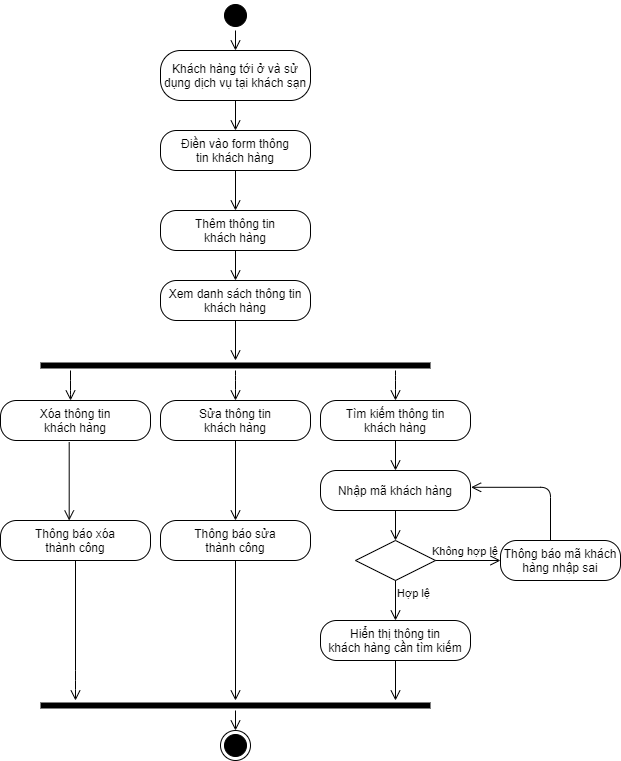
KNhaa/DoAnCNPM keeps this draw.io diagram as Phan_Tich_Thiet_Ke/Diagram/Activity_Diagram/Activity_Diagram_QuanLyKhachHang.png. Above is the earlier version. Source tidied: cells renumbered, new cells last; positions are measured from the earlier drawing's top-left corner, leaving out a move shared by most shapes.
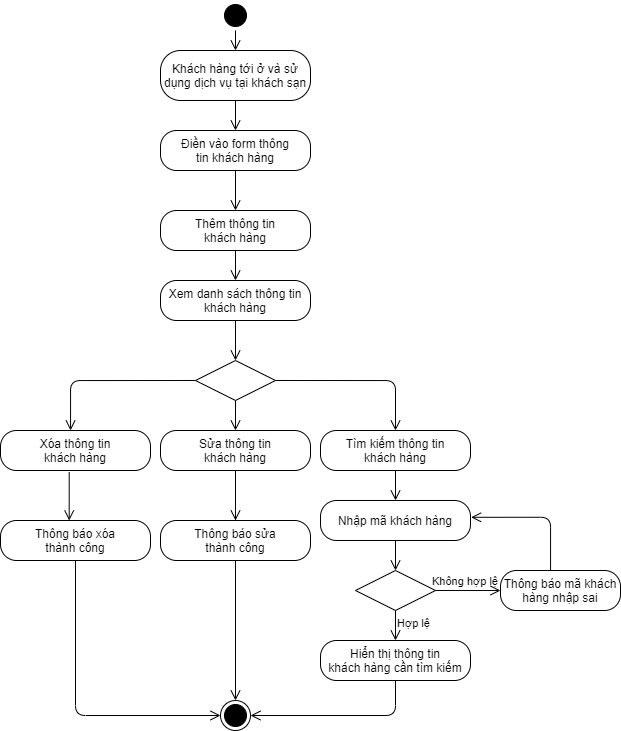
The same file after the commit.

Diff of the diagram source:
```diff
@@ -23,15 +23,13 @@
     <mxCell id="8" value="Xem danh sách thông tin khách hàng" style="rounded=1;whiteSpace=wrap;html=1;arcSize=40;" parent="1" vertex="1">
       <mxGeometry x="160" y="280" width="150" height="40" as="geometry" />
     </mxCell>
-    <mxCell id="9" style="edgeStyle=orthogonalEdgeStyle;html=1;verticalAlign=bottom;endArrow=open;endSize=8;" parent="1" edge="1" source="8" target="10">
-      <mxGeometry relative="1" as="geometry" />
+    <mxCell id="9" style="edgeStyle=orthogonalEdgeStyle;html=1;verticalAlign=bottom;endArrow=open;endSize=8;" parent="1" edge="1" source="8">
+      <mxGeometry relative="1" as="geometry">
+        <mxPoint x="235" y="360" as="targetPoint" />
+      </mxGeometry>
     </mxCell>
-    <mxCell id="10" style="shape=line;html=1;strokeWidth=6;" parent="1" vertex="1">
-      <mxGeometry x="40" y="360" width="390" height="10" as="geometry" />
-    </mxCell>
-    <mxCell id="11" style="edgeStyle=orthogonalEdgeStyle;html=1;verticalAlign=bottom;endArrow=open;endSize=8;entryX=0.5;entryY=0;entryDx=0;entryDy=0;" parent="1" edge="1" target="13">
+    <mxCell id="11" style="edgeStyle=orthogonalEdgeStyle;html=1;verticalAlign=bottom;endArrow=open;endSize=8;entryX=0.5;entryY=0;entryDx=0;entryDy=0;" parent="1" edge="1" source="39" target="13">
       <mxGeometry relative="1" as="geometry">
-        <mxPoint x="235" y="370" as="sourcePoint" />
         <Array as="points">
           <mxPoint x="235" y="380" />
           <mxPoint x="235" y="380" />
@@ -39,33 +37,30 @@
       </mxGeometry>
     </mxCell>
     <mxCell id="12" value="Xóa&amp;nbsp;thông tin&lt;br&gt;khách hàng" style="rounded=1;whiteSpace=wrap;html=1;arcSize=40;" parent="1" vertex="1">
-      <mxGeometry y="400" width="150" height="40" as="geometry" />
+      <mxGeometry y="430" width="150" height="40" as="geometry" />
     </mxCell>
     <mxCell id="13" value="Sửa thông tin&lt;br&gt;khách hàng" style="rounded=1;whiteSpace=wrap;html=1;arcSize=40;" parent="1" vertex="1">
-      <mxGeometry x="160" y="400" width="150" height="40" as="geometry" />
+      <mxGeometry x="160" y="430" width="150" height="40" as="geometry" />
     </mxCell>
     <mxCell id="14" value="Tìm kiếm thông tin&lt;br&gt;khách hàng" style="rounded=1;whiteSpace=wrap;html=1;arcSize=40;" parent="1" vertex="1">
-      <mxGeometry x="320" y="400" width="150" height="40" as="geometry" />
+      <mxGeometry x="320" y="430" width="150" height="40" as="geometry" />
     </mxCell>
-    <mxCell id="15" style="edgeStyle=orthogonalEdgeStyle;html=1;verticalAlign=bottom;endArrow=open;endSize=8;entryX=0.467;entryY=0;entryDx=0;entryDy=0;entryPerimeter=0;" parent="1" edge="1" source="10" target="12">
+    <mxCell id="15" style="edgeStyle=orthogonalEdgeStyle;html=1;verticalAlign=bottom;endArrow=open;endSize=8;entryX=0.467;entryY=0;entryDx=0;entryDy=0;entryPerimeter=0;exitX=0;exitY=0.5;exitDx=0;exitDy=0;" parent="1" edge="1" source="39" target="12">
       <mxGeometry relative="1" as="geometry">
         <Array as="points">
-          <mxPoint x="70" y="390" />
-          <mxPoint x="70" y="390" />
+          <mxPoint x="70" y="380" />
         </Array>
       </mxGeometry>
     </mxCell>
-    <mxCell id="16" style="edgeStyle=orthogonalEdgeStyle;html=1;verticalAlign=bottom;endArrow=open;endSize=8;entryX=0.5;entryY=0;entryDx=0;entryDy=0;" parent="1" edge="1" target="14">
+    <mxCell id="16" style="edgeStyle=orthogonalEdgeStyle;html=1;verticalAlign=bottom;endArrow=open;endSize=8;entryX=0.5;entryY=0;entryDx=0;entryDy=0;exitX=1;exitY=0.5;exitDx=0;exitDy=0;" parent="1" edge="1" source="39" target="14">
       <mxGeometry relative="1" as="geometry">
-        <mxPoint x="395" y="370" as="sourcePoint" />
         <Array as="points">
-          <mxPoint x="395" y="380" />
           <mxPoint x="395" y="380" />
         </Array>
       </mxGeometry>
     </mxCell>
     <mxCell id="17" value="Nhập mã khách hàng" style="rounded=1;whiteSpace=wrap;html=1;arcSize=40;" parent="1" vertex="1">
-      <mxGeometry x="320" y="470" width="150" height="40" as="geometry" />
+      <mxGeometry x="320" y="500" width="150" height="40" as="geometry" />
     </mxCell>
     <mxCell id="18" style="edgeStyle=orthogonalEdgeStyle;html=1;verticalAlign=bottom;endArrow=open;endSize=8;entryX=0.5;entryY=0;entryDx=0;entryDy=0;" parent="1" edge="1" source="17" target="20">
       <mxGeometry relative="1" as="geometry" />
@@ -74,7 +69,7 @@
       <mxGeometry relative="1" as="geometry" />
     </mxCell>
     <mxCell id="20" style="rhombus;whiteSpace=wrap;html=1;" parent="1" vertex="1">
-      <mxGeometry x="355" y="540" width="80" height="40" as="geometry" />
+      <mxGeometry x="355" y="570" width="80" height="40" as="geometry" />
     </mxCell>
     <mxCell id="21" style="edgeStyle=orthogonalEdgeStyle;html=1;align=left;verticalAlign=bottom;endArrow=open;endSize=8;entryX=0;entryY=0.5;entryDx=0;entryDy=0;" parent="1" edge="1" source="20" target="26">
       <mxGeometry x="-0.6" y="10" relative="1" as="geometry" />
@@ -83,29 +78,21 @@
       <mxGeometry x="-1" relative="1" as="geometry" />
     </mxCell>
     <mxCell id="23" value="Không hợp lệ" style="text;align=center;fontStyle=0;verticalAlign=middle;spacingLeft=3;spacingRight=3;fontSize=11;" parent="1" vertex="1">
-      <mxGeometry x="430" y="540" width="70" height="20" as="geometry" />
+      <mxGeometry x="430" y="570" width="70" height="20" as="geometry" />
     </mxCell>
     <mxCell id="24" value="Hiển thị thông tin&lt;br&gt;khách hàng cần tìm kiếm" style="rounded=1;whiteSpace=wrap;html=1;arcSize=40;" parent="1" vertex="1">
-      <mxGeometry x="320" y="620" width="150" height="40" as="geometry" />
+      <mxGeometry x="320" y="640" width="150" height="40" as="geometry" />
     </mxCell>
-    <mxCell id="25" style="edgeStyle=orthogonalEdgeStyle;html=1;verticalAlign=bottom;endArrow=open;endSize=8;fontSize=11;" parent="1" edge="1" source="24">
-      <mxGeometry relative="1" as="geometry">
-        <mxPoint x="395" y="700" as="targetPoint" />
-      </mxGeometry>
-    </mxCell>
     <mxCell id="26" value="Thông báo mã khách hàng nhập sai" style="rounded=1;whiteSpace=wrap;html=1;arcSize=40;" parent="1" vertex="1">
-      <mxGeometry x="500" y="540" width="120" height="40" as="geometry" />
+      <mxGeometry x="500" y="570" width="120" height="40" as="geometry" />
     </mxCell>
     <mxCell id="27" style="edgeStyle=orthogonalEdgeStyle;html=1;verticalAlign=bottom;endArrow=open;endSize=8;fontSize=11;entryX=1.004;entryY=0.42;entryDx=0;entryDy=0;entryPerimeter=0;" parent="1" edge="1" source="26" target="17">
       <mxGeometry relative="1" as="geometry">
         <Array as="points">
-          <mxPoint x="550" y="487" />
+          <mxPoint x="550" y="517" />
         </Array>
       </mxGeometry>
     </mxCell>
-    <mxCell id="28" style="shape=line;html=1;strokeWidth=6;" parent="1" vertex="1">
-      <mxGeometry x="40" y="700" width="390" height="10" as="geometry" />
-    </mxCell>
     <mxCell id="29" style="edgeStyle=orthogonalEdgeStyle;html=1;verticalAlign=bottom;endArrow=open;endSize=8;exitX=0.458;exitY=1.042;exitDx=0;exitDy=0;exitPerimeter=0;entryX=0.458;entryY=0;entryDx=0;entryDy=0;entryPerimeter=0;" parent="1" edge="1" source="12" target="31">
       <mxGeometry relative="1" as="geometry" />
     </mxCell>
@@ -122,22 +109,18 @@
     <mxCell id="32" value="Thông báo sửa&lt;br&gt;thành công" style="rounded=1;whiteSpace=wrap;html=1;arcSize=40;" parent="1" vertex="1">
       <mxGeometry x="160" y="520" width="150" height="40" as="geometry" />
     </mxCell>
-    <mxCell id="33" style="edgeStyle=orthogonalEdgeStyle;html=1;verticalAlign=bottom;endArrow=open;endSize=8;exitX=0.5;exitY=1;exitDx=0;exitDy=0;" parent="1" edge="1" source="31" target="28">
+    <mxCell id="33" style="edgeStyle=orthogonalEdgeStyle;html=1;verticalAlign=bottom;endArrow=open;endSize=8;exitX=0.5;exitY=1;exitDx=0;exitDy=0;entryX=0;entryY=0.5;entryDx=0;entryDy=0;" parent="1" edge="1" source="31" target="36">
       <mxGeometry relative="1" as="geometry">
         <Array as="points">
-          <mxPoint x="75" y="680" />
-          <mxPoint x="75" y="680" />
+          <mxPoint x="75" y="715" />
         </Array>
       </mxGeometry>
     </mxCell>
-    <mxCell id="34" style="edgeStyle=orthogonalEdgeStyle;html=1;verticalAlign=bottom;endArrow=open;endSize=8;exitX=0.5;exitY=1;exitDx=0;exitDy=0;" parent="1" edge="1" source="32" target="28">
+    <mxCell id="34" style="edgeStyle=orthogonalEdgeStyle;html=1;verticalAlign=bottom;endArrow=open;endSize=8;exitX=0.5;exitY=1;exitDx=0;exitDy=0;entryX=0.5;entryY=0;entryDx=0;entryDy=0;" parent="1" edge="1" source="32" target="36">
       <mxGeometry relative="1" as="geometry" />
     </mxCell>
-    <mxCell id="35" style="edgeStyle=orthogonalEdgeStyle;html=1;verticalAlign=bottom;endArrow=open;endSize=8;entryX=0.5;entryY=0;entryDx=0;entryDy=0;" parent="1" edge="1" source="28" target="36">
-      <mxGeometry relative="1" as="geometry" />
-    </mxCell>
     <mxCell id="36" style="ellipse;html=1;shape=endState;fontSize=11;fillColor=#000000;" parent="1" vertex="1">
-      <mxGeometry x="220" y="730" width="30" height="30" as="geometry" />
+      <mxGeometry x="220" y="700" width="30" height="30" as="geometry" />
     </mxCell>
     <mxCell id="37" value="Điền vào form thông&lt;br&gt;tin khách hàng" style="rounded=1;whiteSpace=wrap;html=1;arcSize=40;" parent="1" vertex="1">
       <mxGeometry x="160" y="130" width="150" height="40" as="geometry" />
@@ -145,5 +128,15 @@
     <mxCell id="38" style="edgeStyle=orthogonalEdgeStyle;html=1;verticalAlign=bottom;endArrow=open;endSize=8;entryX=0.5;entryY=0;entryDx=0;entryDy=0;exitX=0.5;exitY=1;exitDx=0;exitDy=0;" parent="1" edge="1" source="37" target="6">
       <mxGeometry relative="1" as="geometry" />
     </mxCell>
+    <mxCell id="39" style="rhombus;whiteSpace=wrap;html=1;" parent="1" vertex="1">
+      <mxGeometry x="195" y="360" width="80" height="40" as="geometry" />
+    </mxCell>
+    <mxCell id="40" style="edgeStyle=orthogonalEdgeStyle;html=1;verticalAlign=bottom;endArrow=open;endSize=8;exitX=0.5;exitY=1;exitDx=0;exitDy=0;entryX=1;entryY=0.5;entryDx=0;entryDy=0;" parent="1" edge="1" source="24" target="36">
+      <mxGeometry relative="1" as="geometry">
+        <Array as="points">
+          <mxPoint x="395" y="715" />
+        </Array>
+      </mxGeometry>
+    </mxCell>
   </root>
 </mxGraphModel>
```
